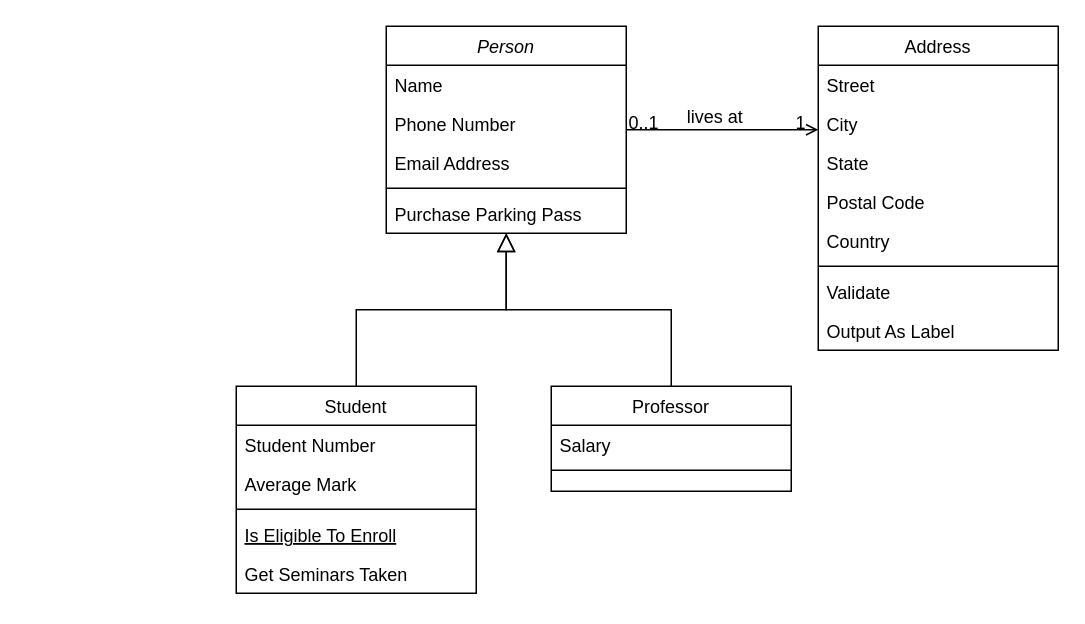
The draw.io diagram Observer.drawio in hhw-cainiao/GameplayAbilitySystem_Aura, before the edit. Source tidied: cells renumbered, new cells numbered last; positions are measured from the earlier drawing's top-left corner, leaving out a move shared by most shapes. Both pictures are drawn from the tidied source at 150%, with x=0, y=0 at pixel (236, 26).
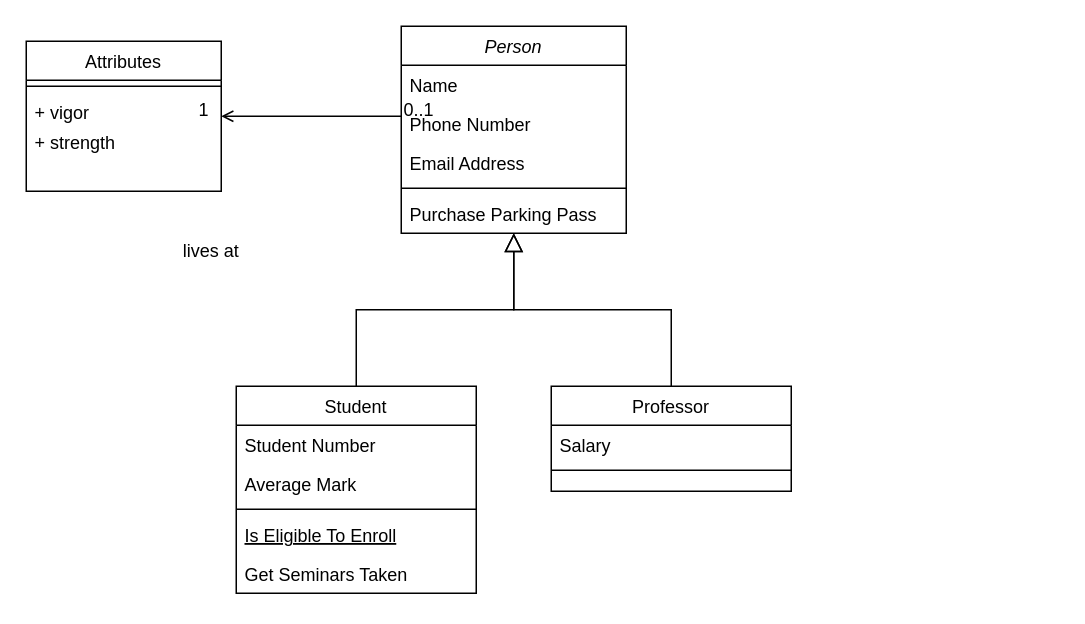
The same page after the edit.

Diff of the diagram source:
```diff
@@
     <mxCell id="2" value="Person" style="swimlane;fontStyle=2;align=center;verticalAlign=top;horizontal=1;startSize=26;rounded=0;shadow=0;strokeWidth=1;" parent="1" vertex="1">
-      <mxGeometry x="100" width="160" height="138" as="geometry" />
+      <mxGeometry x="110" width="150" height="138" as="geometry" />
     </mxCell>
     <mxCell id="3" value="Name" style="text;align=left;verticalAlign=top;spacingLeft=4;spacingRight=4;overflow=hidden;" parent="2" vertex="1">
-      <mxGeometry y="26" width="160" height="26" as="geometry" />
+      <mxGeometry y="26" width="150" height="26" as="geometry" />
     </mxCell>
     <mxCell id="4" value="Phone Number" style="text;align=left;verticalAlign=top;spacingLeft=4;spacingRight=4;overflow=hidden;rounded=0;shadow=0;html=0;" parent="2" vertex="1">
-      <mxGeometry y="52" width="160" height="26" as="geometry" />
+      <mxGeometry y="52" width="150" height="26" as="geometry" />
     </mxCell>
     <mxCell id="5" value="Email Address" style="text;align=left;verticalAlign=top;spacingLeft=4;spacingRight=4;overflow=hidden;rounded=0;shadow=0;html=0;" parent="2" vertex="1">
-      <mxGeometry y="78" width="160" height="26" as="geometry" />
+      <mxGeometry y="78" width="150" height="26" as="geometry" />
     </mxCell>
     <mxCell id="6" style="line;html=1;strokeWidth=1;align=left;verticalAlign=middle;spacingTop=-1;spacingLeft=3;spacingRight=3;labelPosition=right;" parent="2" vertex="1">
-      <mxGeometry y="104" width="160" height="8" as="geometry" />
+      <mxGeometry y="104" width="150" height="8" as="geometry" />
     </mxCell>
     <mxCell id="7" value="Purchase Parking Pass" style="text;align=left;verticalAlign=top;spacingLeft=4;spacingRight=4;overflow=hidden;" parent="2" vertex="1">
-      <mxGeometry y="112" width="160" height="26" as="geometry" />
+      <mxGeometry y="112" width="150" height="26" as="geometry" />
     </mxCell>
@@
-    <mxCell id="19" value="Address" style="swimlane;fontStyle=0;align=center;verticalAlign=top;horizontal=1;startSize=26;rounded=0;shadow=0;strokeWidth=1;" parent="1" vertex="1">
-      <mxGeometry x="388" width="160" height="216" as="geometry" />
+    <mxCell id="19" value="Attributes" style="swimlane;fontStyle=0;align=center;verticalAlign=top;horizontal=1;startSize=26;rounded=0;shadow=0;strokeWidth=1;" parent="1" vertex="1">
+      <mxGeometry x="-140" y="10" width="130" height="100" as="geometry" />
     </mxCell>
-    <mxCell id="20" value="Street" style="text;align=left;verticalAlign=top;spacingLeft=4;spacingRight=4;overflow=hidden;" parent="19" vertex="1">
-      <mxGeometry y="26" width="160" height="26" as="geometry" />
-    </mxCell>
-    <mxCell id="21" value="City" style="text;align=left;verticalAlign=top;spacingLeft=4;spacingRight=4;overflow=hidden;rounded=0;shadow=0;html=0;" parent="19" vertex="1">
-      <mxGeometry y="52" width="160" height="26" as="geometry" />
-    </mxCell>
-    <mxCell id="22" value="State" style="text;align=left;verticalAlign=top;spacingLeft=4;spacingRight=4;overflow=hidden;rounded=0;shadow=0;html=0;" parent="19" vertex="1">
-      <mxGeometry y="78" width="160" height="26" as="geometry" />
-    </mxCell>
-    <mxCell id="23" value="Postal Code" style="text;align=left;verticalAlign=top;spacingLeft=4;spacingRight=4;overflow=hidden;rounded=0;shadow=0;html=0;" parent="19" vertex="1">
-      <mxGeometry y="104" width="160" height="26" as="geometry" />
-    </mxCell>
-    <mxCell id="24" value="Country" style="text;align=left;verticalAlign=top;spacingLeft=4;spacingRight=4;overflow=hidden;rounded=0;shadow=0;html=0;" parent="19" vertex="1">
-      <mxGeometry y="130" width="160" height="26" as="geometry" />
-    </mxCell>
     <mxCell id="25" style="line;html=1;strokeWidth=1;align=left;verticalAlign=middle;spacingTop=-1;spacingLeft=3;spacingRight=3;labelPosition=right;" parent="19" vertex="1">
-      <mxGeometry y="156" width="160" height="8" as="geometry" />
+      <mxGeometry y="26" width="130" height="8" as="geometry" />
     </mxCell>
-    <mxCell id="26" value="Validate" style="text;align=left;verticalAlign=top;spacingLeft=4;spacingRight=4;overflow=hidden;" parent="19" vertex="1">
-      <mxGeometry y="164" width="160" height="26" as="geometry" />
+    <mxCell id="26" value="+ vigor" style="text;align=left;verticalAlign=top;spacingLeft=4;spacingRight=4;overflow=hidden;" parent="19" vertex="1">
+      <mxGeometry y="34" width="130" height="20" as="geometry" />
     </mxCell>
-    <mxCell id="27" value="Output As Label" style="text;align=left;verticalAlign=top;spacingLeft=4;spacingRight=4;overflow=hidden;" parent="19" vertex="1">
-      <mxGeometry y="190" width="160" height="26" as="geometry" />
+    <mxCell id="27" value="+ strength" style="text;align=left;verticalAlign=top;spacingLeft=4;spacingRight=4;overflow=hidden;" parent="19" vertex="1">
+      <mxGeometry y="54" width="130" height="26" as="geometry" />
     </mxCell>
```
